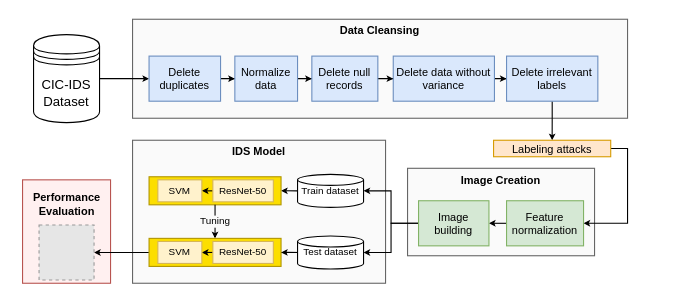
Before: IDS_Neural_Network.drawio in caprivm/thesis_msc, a draw.io diagram. Source tidied: cells renumbered, new cells numbered last; positions are measured from the earlier drawing's top-left corner, leaving out a move shared by most shapes. Both pictures are drawn from the tidied source at 110%, with x=0, y=0 at pixel (18, 19). Pictures stored in the file or linked from it are replaced by grey dashed boxes.
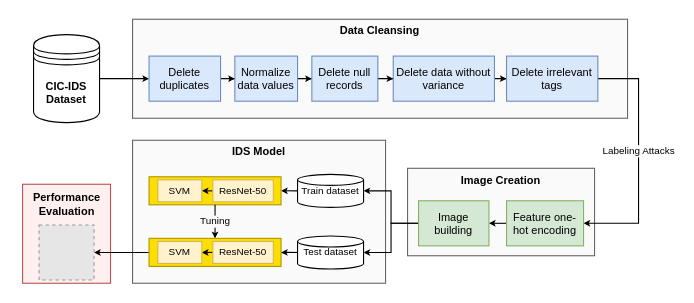
Above is the later version.

What changed in the source:
```diff
@@
     <mxCell id="2" style="rounded=0;whiteSpace=wrap;html=1;fontSize=10;strokeWidth=1;fillColor=#FFF0F0;strokeColor=#b85450;" parent="1" vertex="1">
-      <mxGeometry x="4" y="146" width="80" height="94" as="geometry" />
+      <mxGeometry x="4" y="150" width="80" height="90" as="geometry" />
     </mxCell>
@@
-    <mxCell id="7" value="CIC-IDS&lt;br&gt;Dataset" style="shape=datastore;whiteSpace=wrap;html=1;" parent="1" vertex="1">
+    <mxCell id="7" value="CIC-IDS&lt;br style=&quot;font-size: 10px;&quot;&gt;Dataset" style="shape=datastore;whiteSpace=wrap;html=1;fontSize=10;fontStyle=1;" parent="1" vertex="1">
       <mxGeometry x="14" y="14" width="60" height="80" as="geometry" />
     </mxCell>
@@
-    <mxCell id="12" value="Normalize data" style="rounded=0;whiteSpace=wrap;html=1;fillColor=#dae8fc;strokeColor=#6c8ebf;fontSize=10;" parent="1" vertex="1">
+    <mxCell id="12" value="Normalize data values" style="rounded=0;whiteSpace=wrap;html=1;fillColor=#dae8fc;strokeColor=#6c8ebf;fontSize=10;" parent="1" vertex="1">
       <mxGeometry x="197" y="33.5" width="57" height="41" as="geometry" />
     </mxCell>
@@
-    <mxCell id="15" style="edgeStyle=orthogonalEdgeStyle;rounded=0;jettySize=auto;html=1;entryX=0.5;entryY=0;entryDx=0;entryDy=0;labelBackgroundColor=#FAFAFA;fontSize=10;startSize=3;endSize=3;" parent="1" edge="1" source="41" target="19">
-      <mxGeometry relative="1" as="geometry" />
-    </mxCell>
@@
-    <mxCell id="18" style="edgeStyle=orthogonalEdgeStyle;rounded=0;jettySize=auto;html=1;entryX=1;entryY=0.5;entryDx=0;entryDy=0;labelBackgroundColor=#FAFAFA;fontSize=10;startSize=3;endSize=3;exitX=1;exitY=0.5;exitDx=0;exitDy=0;" parent="1" edge="1" source="19" target="22">
-      <mxGeometry relative="1" as="geometry">
+    <mxCell id="18" value="Labeling Attacks" style="edgeStyle=orthogonalEdgeStyle;rounded=0;jettySize=auto;html=1;entryX=1;entryY=0.5;entryDx=0;entryDy=0;labelBackgroundColor=#FFFFFF;fontSize=9;startSize=3;endSize=3;exitX=1;exitY=0.5;exitDx=0;exitDy=0;labelBorderColor=none;spacingTop=0;sketch=0;" parent="1" edge="1" source="41" target="22">
+      <mxGeometry x="-0.06" relative="1" as="geometry">
         <Array as="points">
-          <mxPoint x="554" y="118" />
-          <mxPoint x="554" y="186" />
+          <mxPoint x="564" y="54" />
+          <mxPoint x="564" y="186" />
         </Array>
       </mxGeometry>
     </mxCell>
-    <mxCell id="19" value="Labeling attacks" style="rounded=0;whiteSpace=wrap;html=1;fillColor=#ffe6cc;strokeColor=#d79b00;fontSize=10;" parent="1" vertex="1">
-      <mxGeometry x="432.2" y="110" width="106.5" height="15" as="geometry" />
-    </mxCell>
@@
-    <mxCell id="22" value="Feature normalization" style="rounded=0;whiteSpace=wrap;html=1;fillColor=#d5e8d4;strokeColor=#82b366;fontSize=10;" parent="1" vertex="1">
+    <mxCell id="22" value="Feature one-hot encoding" style="rounded=0;whiteSpace=wrap;html=1;fillColor=#d5e8d4;strokeColor=#82b366;fontSize=10;" parent="1" vertex="1">
       <mxGeometry x="444" y="165" width="70" height="41" as="geometry" />
     </mxCell>
@@
-    <mxCell id="41" value="Delete irrelevant labels" style="rounded=0;whiteSpace=wrap;html=1;fillColor=#dae8fc;strokeColor=#6c8ebf;fontSize=10;" parent="1" vertex="1">
+    <mxCell id="41" value="Delete irrelevant tags" style="rounded=0;whiteSpace=wrap;html=1;fillColor=#dae8fc;strokeColor=#6c8ebf;fontSize=10;" parent="1" vertex="1">
       <mxGeometry x="444" y="33.5" width="83" height="41" as="geometry" />
     </mxCell>
```
